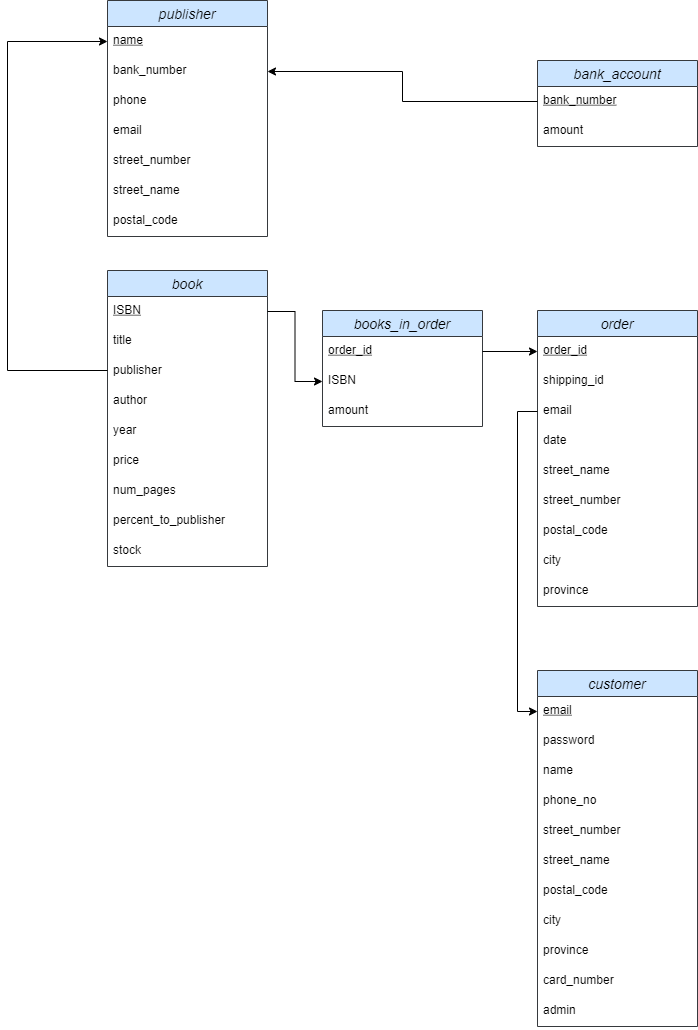
The draw.io diagram report/Diagrams/Schema-diagram-comp3005-finalproject.drawio.png in COMP3005A-Project/bookstore, before a commit. Source tidied: cells renumbered, new cells last; positions are measured from the earlier drawing's top-left corner, leaving out a move shared by most shapes.
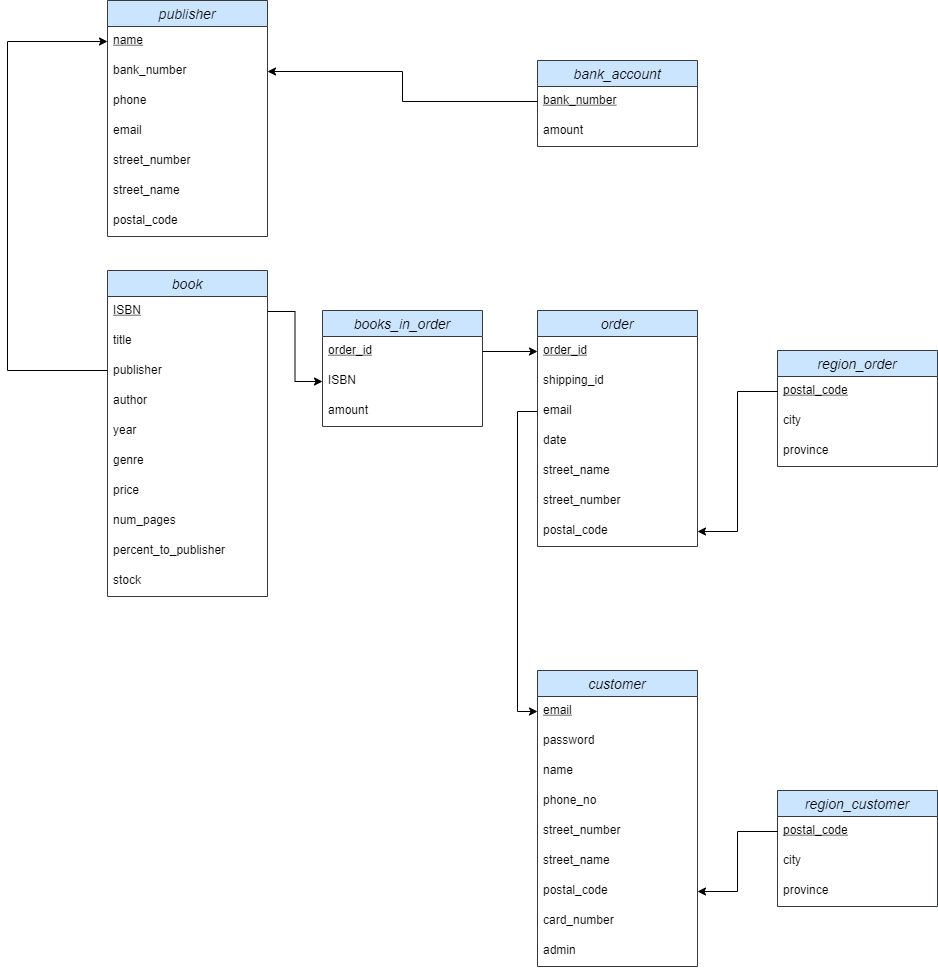
The same diagram one commit later.

The edit, as a diff of the source:
```diff
@@ -3,7 +3,7 @@
     <mxCell id="0" />
     <mxCell id="1" parent="0" />
     <mxCell id="2" value="order" style="swimlane;fontStyle=2;horizontal=1;startSize=26;align=center;fontSize=14;fillColor=#cce5ff;strokeColor=#36393d;" parent="1" vertex="1">
-      <mxGeometry x="530" y="310" width="160" height="296" as="geometry" />
+      <mxGeometry x="530" y="310" width="160" height="236" as="geometry" />
     </mxCell>
     <mxCell id="3" value="order_id" style="text;strokeColor=none;fillColor=none;spacingLeft=4;spacingRight=4;overflow=hidden;points=[[0,0.5],[1,0.5]];portConstraint=eastwest;fontSize=12;fontStyle=4;" parent="2" vertex="1">
       <mxGeometry y="26" width="160" height="30" as="geometry" />
@@ -26,14 +26,8 @@
     <mxCell id="9" value="postal_code" style="text;strokeColor=none;fillColor=none;spacingLeft=4;spacingRight=4;overflow=hidden;points=[[0,0.5],[1,0.5]];portConstraint=eastwest;fontSize=12;" parent="2" vertex="1">
       <mxGeometry y="206" width="160" height="30" as="geometry" />
     </mxCell>
-    <mxCell id="10" value="city" style="text;strokeColor=none;fillColor=none;spacingLeft=4;spacingRight=4;overflow=hidden;fontSize=12;fontColor=#000000;" parent="2" vertex="1">
-      <mxGeometry y="236" width="160" height="30" as="geometry" />
-    </mxCell>
-    <mxCell id="11" value="province" style="text;strokeColor=none;fillColor=none;spacingLeft=4;spacingRight=4;overflow=hidden;fontSize=12;fontColor=#000000;" parent="2" vertex="1">
-      <mxGeometry y="266" width="160" height="30" as="geometry" />
-    </mxCell>
     <mxCell id="12" value="book" style="swimlane;fontStyle=2;horizontal=1;startSize=26;align=center;fontSize=14;fillColor=#cce5ff;strokeColor=#36393d;" parent="1" vertex="1">
-      <mxGeometry x="100" y="270" width="160" height="296" as="geometry" />
+      <mxGeometry x="100" y="270" width="160" height="326" as="geometry" />
     </mxCell>
     <mxCell id="13" value="ISBN" style="text;strokeColor=none;fillColor=none;spacingLeft=4;spacingRight=4;overflow=hidden;points=[[0,0.5],[1,0.5]];portConstraint=eastwest;fontSize=12;fontStyle=4;" parent="12" vertex="1">
       <mxGeometry y="26" width="160" height="30" as="geometry" />
@@ -50,17 +44,20 @@
     <mxCell id="17" value="year" style="text;strokeColor=none;fillColor=none;spacingLeft=4;spacingRight=4;overflow=hidden;fontSize=12;" parent="12" vertex="1">
       <mxGeometry y="146" width="160" height="30" as="geometry" />
     </mxCell>
+    <mxCell id="54" value="genre" style="text;strokeColor=none;fillColor=none;spacingLeft=4;spacingRight=4;overflow=hidden;fontSize=12;" parent="12" vertex="1">
+      <mxGeometry y="176" width="160" height="30" as="geometry" />
+    </mxCell>
     <mxCell id="18" value="price" style="text;strokeColor=none;fillColor=none;spacingLeft=4;spacingRight=4;overflow=hidden;fontSize=12;" parent="12" vertex="1">
-      <mxGeometry y="176" width="160" height="30" as="geometry" />
+      <mxGeometry y="206" width="160" height="30" as="geometry" />
     </mxCell>
     <mxCell id="19" value="num_pages" style="text;strokeColor=none;fillColor=none;spacingLeft=4;spacingRight=4;overflow=hidden;fontSize=12;" parent="12" vertex="1">
-      <mxGeometry y="206" width="160" height="30" as="geometry" />
+      <mxGeometry y="236" width="160" height="30" as="geometry" />
     </mxCell>
     <mxCell id="20" value="percent_to_publisher" style="text;strokeColor=none;fillColor=none;spacingLeft=4;spacingRight=4;overflow=hidden;fontSize=12;" parent="12" vertex="1">
-      <mxGeometry y="236" width="160" height="30" as="geometry" />
+      <mxGeometry y="266" width="160" height="30" as="geometry" />
     </mxCell>
     <mxCell id="21" value="stock" style="text;strokeColor=none;fillColor=none;spacingLeft=4;spacingRight=4;overflow=hidden;fontSize=12;" parent="12" vertex="1">
-      <mxGeometry y="266" width="160" height="30" as="geometry" />
+      <mxGeometry y="296" width="160" height="30" as="geometry" />
     </mxCell>
     <mxCell id="22" value="publisher" style="swimlane;fontStyle=2;horizontal=1;startSize=26;align=center;fontSize=14;fillColor=#cce5ff;strokeColor=#36393d;" parent="1" vertex="1">
       <mxGeometry x="100" width="160" height="236" as="geometry" />
@@ -96,7 +93,7 @@
       <mxGeometry y="56" width="160" height="30" as="geometry" />
     </mxCell>
     <mxCell id="33" value="customer" style="swimlane;fontStyle=2;horizontal=1;startSize=26;align=center;fontSize=14;fillColor=#cce5ff;strokeColor=#36393d;" parent="1" vertex="1">
-      <mxGeometry x="530" y="670" width="160" height="356" as="geometry" />
+      <mxGeometry x="530" y="670" width="160" height="296" as="geometry" />
     </mxCell>
     <mxCell id="34" value="email" style="text;strokeColor=none;fillColor=none;spacingLeft=4;spacingRight=4;overflow=hidden;points=[[0,0.5],[1,0.5]];portConstraint=eastwest;fontSize=12;fontStyle=4;" parent="33" vertex="1">
       <mxGeometry y="26" width="160" height="30" as="geometry" />
@@ -119,17 +116,11 @@
     <mxCell id="40" value="postal_code" style="text;strokeColor=none;fillColor=none;spacingLeft=4;spacingRight=4;overflow=hidden;points=[[0,0.5],[1,0.5]];portConstraint=eastwest;fontSize=12;" parent="33" vertex="1">
       <mxGeometry y="206" width="160" height="30" as="geometry" />
     </mxCell>
-    <mxCell id="41" value="city" style="text;strokeColor=none;fillColor=none;spacingLeft=4;spacingRight=4;overflow=hidden;fontSize=12;fontColor=#000000;" parent="33" vertex="1">
-      <mxGeometry y="236" width="160" height="30" as="geometry" />
-    </mxCell>
-    <mxCell id="42" value="province" style="text;strokeColor=none;fillColor=none;spacingLeft=4;spacingRight=4;overflow=hidden;fontSize=12;fontColor=#000000;" parent="33" vertex="1">
-      <mxGeometry y="266" width="160" height="30" as="geometry" />
-    </mxCell>
     <mxCell id="43" value="card_number" style="text;strokeColor=none;fillColor=none;spacingLeft=4;spacingRight=4;overflow=hidden;fontSize=12;fontColor=#000000;" parent="33" vertex="1">
-      <mxGeometry y="296" width="160" height="30" as="geometry" />
+      <mxGeometry y="236" width="160" height="30" as="geometry" />
     </mxCell>
     <mxCell id="44" value="admin" style="text;strokeColor=none;fillColor=none;spacingLeft=4;spacingRight=4;overflow=hidden;fontSize=12;fontColor=#000000;" parent="33" vertex="1">
-      <mxGeometry y="326" width="160" height="30" as="geometry" />
+      <mxGeometry y="266" width="160" height="30" as="geometry" />
     </mxCell>
     <mxCell id="45" value="books_in_order" style="swimlane;fontStyle=2;horizontal=1;startSize=26;align=center;fontSize=14;fillColor=#cce5ff;strokeColor=#36393d;" parent="1" vertex="1">
       <mxGeometry x="315" y="310" width="160" height="116" as="geometry" />
@@ -163,5 +154,35 @@
     <mxCell id="53" style="edgeStyle=orthogonalEdgeStyle;rounded=0;jettySize=auto;html=1;entryX=1;entryY=0.5;entryDx=0;entryDy=0;fontColor=#000000;" parent="1" edge="1" source="31" target="24">
       <mxGeometry relative="1" as="geometry" />
     </mxCell>
+    <mxCell id="55" value="region_order" style="swimlane;fontStyle=2;horizontal=1;startSize=26;align=center;fontSize=14;fillColor=#cce5ff;strokeColor=#36393d;" parent="1" vertex="1">
+      <mxGeometry x="770" y="350" width="160" height="116" as="geometry" />
+    </mxCell>
+    <mxCell id="56" value="postal_code" style="text;strokeColor=none;fillColor=none;spacingLeft=4;spacingRight=4;overflow=hidden;points=[[0,0.5],[1,0.5]];portConstraint=eastwest;fontSize=12;fontStyle=4;" parent="55" vertex="1">
+      <mxGeometry y="26" width="160" height="30" as="geometry" />
+    </mxCell>
+    <mxCell id="57" value="city" style="text;strokeColor=none;fillColor=none;spacingLeft=4;spacingRight=4;overflow=hidden;fontSize=12;" parent="55" vertex="1">
+      <mxGeometry y="56" width="160" height="30" as="geometry" />
+    </mxCell>
+    <mxCell id="58" value="province" style="text;strokeColor=none;fillColor=none;spacingLeft=4;spacingRight=4;overflow=hidden;fontSize=12;fontColor=#000000;" parent="55" vertex="1">
+      <mxGeometry y="86" width="160" height="30" as="geometry" />
+    </mxCell>
+    <mxCell id="59" value="region_customer" style="swimlane;fontStyle=2;horizontal=1;startSize=26;align=center;fontSize=14;fillColor=#cce5ff;strokeColor=#36393d;" parent="1" vertex="1">
+      <mxGeometry x="770" y="790" width="160" height="116" as="geometry" />
+    </mxCell>
+    <mxCell id="60" value="postal_code" style="text;strokeColor=none;fillColor=none;spacingLeft=4;spacingRight=4;overflow=hidden;points=[[0,0.5],[1,0.5]];portConstraint=eastwest;fontSize=12;fontStyle=4;" parent="59" vertex="1">
+      <mxGeometry y="26" width="160" height="30" as="geometry" />
+    </mxCell>
+    <mxCell id="61" value="city" style="text;strokeColor=none;fillColor=none;spacingLeft=4;spacingRight=4;overflow=hidden;fontSize=12;" parent="59" vertex="1">
+      <mxGeometry y="56" width="160" height="30" as="geometry" />
+    </mxCell>
+    <mxCell id="62" value="province" style="text;strokeColor=none;fillColor=none;spacingLeft=4;spacingRight=4;overflow=hidden;fontSize=12;fontColor=#000000;" parent="59" vertex="1">
+      <mxGeometry y="86" width="160" height="30" as="geometry" />
+    </mxCell>
+    <mxCell id="63" style="edgeStyle=orthogonalEdgeStyle;rounded=0;jettySize=auto;html=1;entryX=1;entryY=0.5;entryDx=0;entryDy=0;" parent="1" edge="1" source="56" target="9">
+      <mxGeometry relative="1" as="geometry" />
+    </mxCell>
+    <mxCell id="64" style="edgeStyle=orthogonalEdgeStyle;rounded=0;jettySize=auto;html=1;exitX=0;exitY=0.5;exitDx=0;exitDy=0;entryX=1;entryY=0.5;entryDx=0;entryDy=0;" parent="1" edge="1" source="60" target="40">
+      <mxGeometry relative="1" as="geometry" />
+    </mxCell>
   </root>
 </mxGraphModel>
```
